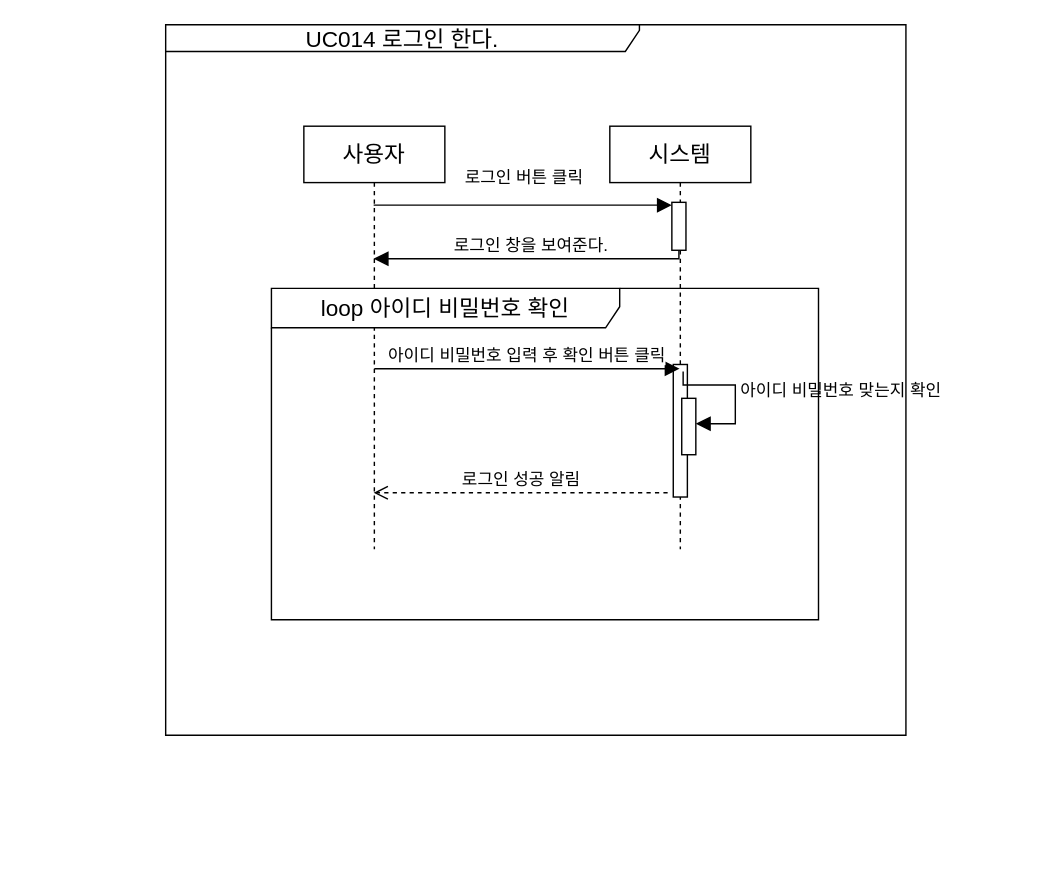
Before: docs/설계명세서/images/seq_diag/uc014.drawio in parkchamchi/SoftwareEngineering2023, a draw.io diagram. Source tidied: cells renumbered, new cells numbered last; positions are measured from the earlier drawing's top-left corner, leaving out a move shared by most shapes. Both pictures are drawn from the tidied source at 141%, with x=0, y=0 at pixel (165, 24).
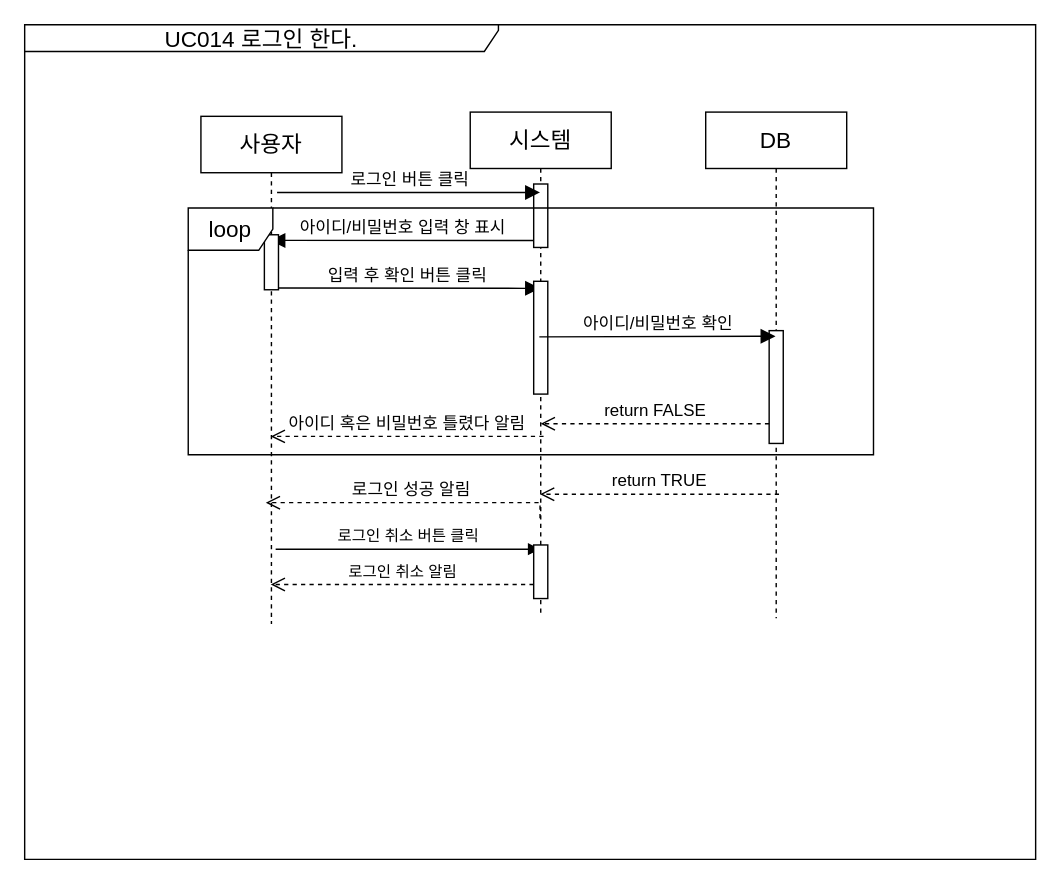
The same page after the edit.

Change to the diagram source:
```diff
@@
     <mxCell id="2" value="사용자" style="shape=umlLifeline;perimeter=lifelinePerimeter;whiteSpace=wrap;html=1;outlineConnect=0;portConstraint=eastwest;newEdgeStyle={&quot;edgeStyle&quot;:&quot;elbowEdgeStyle&quot;,&quot;elbow&quot;:&quot;vertical&quot;,&quot;curved&quot;:0,&quot;rounded&quot;:0};fontSize=16;" parent="1" vertex="1">
-      <mxGeometry x="98" y="72" width="100" height="300" as="geometry" />
+      <mxGeometry x="25" y="65" width="100" height="360" as="geometry" />
     </mxCell>
     <mxCell id="3" value="시스템" style="shape=umlLifeline;perimeter=lifelinePerimeter;whiteSpace=wrap;html=1;outlineConnect=0;portConstraint=eastwest;newEdgeStyle={&quot;edgeStyle&quot;:&quot;elbowEdgeStyle&quot;,&quot;elbow&quot;:&quot;vertical&quot;,&quot;curved&quot;:0,&quot;rounded&quot;:0};fontSize=16;" parent="1" vertex="1">
-      <mxGeometry x="315" y="72" width="100" height="300" as="geometry" />
+      <mxGeometry x="216" y="62" width="100" height="357" as="geometry" />
     </mxCell>
-    <mxCell id="4" style="html=1;points=[];perimeter=orthogonalPerimeter;outlineConnect=0;targetShapes=umlLifeline;portConstraint=eastwest;newEdgeStyle={&quot;edgeStyle&quot;:&quot;elbowEdgeStyle&quot;,&quot;elbow&quot;:&quot;vertical&quot;,&quot;curved&quot;:0,&quot;rounded&quot;:0};fontSize=16;" parent="3" vertex="1">
-      <mxGeometry x="44" y="54" width="10" height="34" as="geometry" />
-    </mxCell>
-    <mxCell id="5" style="html=1;perimeter=orthogonalPerimeter;targetShapes=umlLifeline;newEdgeStyle={&quot;edgeStyle&quot;:&quot;elbowEdgeStyle&quot;,&quot;elbow&quot;:&quot;vertical&quot;,&quot;curved&quot;:0,&quot;rounded&quot;:0};fontSize=16;" parent="3" vertex="1">
-      <mxGeometry x="45" y="169" width="10" height="94" as="geometry" />
-    </mxCell>
-    <mxCell id="6" style="html=1;perimeter=orthogonalPerimeter;targetShapes=umlLifeline;newEdgeStyle={&quot;edgeStyle&quot;:&quot;elbowEdgeStyle&quot;,&quot;elbow&quot;:&quot;vertical&quot;,&quot;curved&quot;:0,&quot;rounded&quot;:0};fontSize=16;" parent="3" vertex="1">
-      <mxGeometry x="51" y="193" width="10" height="40" as="geometry" />
-    </mxCell>
-    <mxCell id="7" value="아이디 비밀번호 맞는지 확인" style="html=1;align=left;spacingLeft=2;endArrow=block;rounded=0;edgeStyle=orthogonalEdgeStyle;curved=0;rounded=0;fontSize=12;startSize=8;endSize=8;" parent="3" edge="1">
-      <mxGeometry relative="1" as="geometry">
-        <mxPoint x="52" y="174" as="sourcePoint" />
-        <mxPoint x="61" y="211" as="targetPoint" />
-        <Array as="points">
-          <mxPoint x="89" y="183.5" />
-        </Array>
-      </mxGeometry>
-    </mxCell>
+    <mxCell id="13" value="UC014 로그인 한다." style="shape=umlFrame;whiteSpace=wrap;html=1;fontSize=16;width=336;height=19;" parent="1" vertex="1">
+      <mxGeometry x="-100" width="717" height="592" as="geometry" />
+    </mxCell>
+    <mxCell id="14" value="DB" style="shape=umlLifeline;perimeter=lifelinePerimeter;whiteSpace=wrap;html=1;outlineConnect=0;portConstraint=eastwest;newEdgeStyle={&quot;edgeStyle&quot;:&quot;elbowEdgeStyle&quot;,&quot;elbow&quot;:&quot;vertical&quot;,&quot;curved&quot;:0,&quot;rounded&quot;:0};fontSize=16;" parent="1" vertex="1">
+      <mxGeometry x="383" y="62" width="100" height="359" as="geometry" />
+    </mxCell>
+    <mxCell id="15" style="html=1;points=[];perimeter=orthogonalPerimeter;outlineConnect=0;targetShapes=umlLifeline;portConstraint=eastwest;newEdgeStyle={&quot;edgeStyle&quot;:&quot;elbowEdgeStyle&quot;,&quot;elbow&quot;:&quot;vertical&quot;,&quot;curved&quot;:0,&quot;rounded&quot;:0};fontSize=16;" parent="14" vertex="1">
+      <mxGeometry x="45" y="155" width="10" height="80" as="geometry" />
+    </mxCell>
+    <mxCell id="16" style="html=1;perimeter=orthogonalPerimeter;targetShapes=umlLifeline;newEdgeStyle={&quot;edgeStyle&quot;:&quot;elbowEdgeStyle&quot;,&quot;elbow&quot;:&quot;vertical&quot;,&quot;curved&quot;:0,&quot;rounded&quot;:0};fontSize=16;" parent="1" vertex="1">
+      <mxGeometry x="261" y="113" width="10" height="45" as="geometry" />
+    </mxCell>
-    <mxCell id="8" value="로그인 버튼 클릭" style="html=1;verticalAlign=bottom;endArrow=block;edgeStyle=elbowEdgeStyle;elbow=vertical;curved=0;rounded=0;fontSize=12;startSize=8;endSize=8;" parent="1" edge="1">
-      <mxGeometry y="10" relative="1" as="geometry">
-        <mxPoint x="147.5" y="128" as="sourcePoint" />
-        <mxPoint x="359" y="128" as="targetPoint" />
+    <mxCell id="8" value="로그인 버튼 클릭" style="html=1;verticalAlign=bottom;endArrow=block;edgeStyle=elbowEdgeStyle;elbow=vertical;curved=0;rounded=0;fontSize=12;startSize=8;endSize=8;exitX=0.54;exitY=0.4;exitDx=0;exitDy=0;exitPerimeter=0;" parent="1" edge="1">
+      <mxGeometry relative="1" as="geometry">
+        <mxPoint x="79" y="119" as="sourcePoint" />
+        <mxPoint x="265.5" y="118.5" as="targetPoint" />
       </mxGeometry>
     </mxCell>
-    <mxCell id="9" value="로그인 창을 보여준다." style="html=1;verticalAlign=bottom;endArrow=block;edgeStyle=elbowEdgeStyle;elbow=vertical;curved=0;rounded=0;fontSize=12;startSize=8;endSize=8;" parent="1" edge="1" source="4" target="2">
-      <mxGeometry relative="1" as="geometry">
-        <Array as="points">
-          <mxPoint x="315" y="166" />
-        </Array>
-      </mxGeometry>
-    </mxCell>
-    <mxCell id="10" value="아이디 비밀번호 입력 후 확인 버튼 클릭" style="html=1;verticalAlign=bottom;endArrow=block;edgeStyle=elbowEdgeStyle;elbow=vertical;curved=0;rounded=0;fontSize=12;startSize=8;endSize=8;" parent="1" edge="1">
-      <mxGeometry relative="1" as="geometry">
-        <mxPoint x="148" y="244" as="sourcePoint" />
-        <mxPoint x="364.5" y="244" as="targetPoint" />
-      </mxGeometry>
-    </mxCell>
-    <mxCell id="11" value="loop 아이디 비밀번호 확인" style="shape=umlFrame;whiteSpace=wrap;html=1;fontSize=16;width=247;height=28;" parent="1" vertex="1">
-      <mxGeometry x="75" y="187" width="388" height="235" as="geometry" />
-    </mxCell>
+    <mxCell id="17" value="아이디/비밀번호 입력 창 표시" style="html=1;verticalAlign=bottom;endArrow=block;edgeStyle=elbowEdgeStyle;elbow=vertical;curved=0;rounded=0;fontSize=12;startSize=8;endSize=8;" parent="1" edge="1">
+      <mxGeometry relative="1" as="geometry">
+        <mxPoint x="261" y="153.1" as="sourcePoint" />
+        <mxPoint x="74.3" y="153.1" as="targetPoint" />
+      </mxGeometry>
+    </mxCell>
+    <mxCell id="18" style="html=1;perimeter=orthogonalPerimeter;targetShapes=umlLifeline;newEdgeStyle={&quot;edgeStyle&quot;:&quot;elbowEdgeStyle&quot;,&quot;elbow&quot;:&quot;vertical&quot;,&quot;curved&quot;:0,&quot;rounded&quot;:0};fontSize=16;" parent="1" vertex="1">
+      <mxGeometry x="70" y="149" width="10" height="39" as="geometry" />
+    </mxCell>
+    <mxCell id="19" value="입력 후 확인 버튼 클릭&amp;nbsp;" style="html=1;verticalAlign=bottom;endArrow=block;edgeStyle=elbowEdgeStyle;elbow=vertical;curved=0;rounded=0;fontSize=12;startSize=8;endSize=8;" parent="1" edge="1" target="3">
+      <mxGeometry relative="1" as="geometry">
+        <mxPoint x="80" y="186.8" as="sourcePoint" />
+      </mxGeometry>
+    </mxCell>
+    <mxCell id="20" style="html=1;perimeter=orthogonalPerimeter;targetShapes=umlLifeline;newEdgeStyle={&quot;edgeStyle&quot;:&quot;elbowEdgeStyle&quot;,&quot;elbow&quot;:&quot;vertical&quot;,&quot;curved&quot;:0,&quot;rounded&quot;:0};fontSize=16;" parent="1" vertex="1">
+      <mxGeometry x="261" y="182" width="10" height="80" as="geometry" />
+    </mxCell>
+    <mxCell id="21" value="아이디/비밀번호 확인" style="html=1;verticalAlign=bottom;endArrow=block;edgeStyle=elbowEdgeStyle;elbow=vertical;curved=0;rounded=0;fontSize=12;startSize=8;endSize=8;" parent="1" edge="1" target="14">
+      <mxGeometry relative="1" as="geometry">
+        <mxPoint x="265" y="221.4" as="sourcePoint" />
+      </mxGeometry>
+    </mxCell>
+    <mxCell id="22" value="return TRUE" style="html=1;verticalAlign=bottom;endArrow=open;dashed=1;endSize=8;edgeStyle=elbowEdgeStyle;elbow=vertical;curved=0;rounded=0;fontSize=12;" parent="1" edge="1" target="3">
+      <mxGeometry relative="1" as="geometry">
+        <mxPoint x="435" y="333" as="sourcePoint" />
+      </mxGeometry>
+    </mxCell>
+    <mxCell id="23" value="loop" style="shape=umlFrame;whiteSpace=wrap;html=1;fontSize=16;" parent="1" vertex="1">
+      <mxGeometry x="16" y="130" width="486" height="175" as="geometry" />
+    </mxCell>
+    <mxCell id="24" value="return FALSE" style="html=1;verticalAlign=bottom;endArrow=open;dashed=1;endSize=8;edgeStyle=elbowEdgeStyle;elbow=vertical;curved=0;rounded=0;fontSize=12;" parent="1" edge="1" source="15">
+      <mxGeometry relative="1" as="geometry">
+        <mxPoint x="266" y="283" as="targetPoint" />
+        <Array as="points">
+          <mxPoint x="432" y="283" />
+        </Array>
+      </mxGeometry>
+    </mxCell>
-    <mxCell id="12" value="로그인 성공 알림" style="html=1;verticalAlign=bottom;endArrow=open;dashed=1;endSize=8;edgeStyle=elbowEdgeStyle;elbow=vertical;curved=0;rounded=0;fontSize=12;" parent="1" edge="1" target="2">
+    <mxCell id="12" value="로그인 성공 알림" style="html=1;verticalAlign=bottom;endArrow=open;dashed=1;endSize=8;edgeStyle=elbowEdgeStyle;elbow=vertical;curved=0;rounded=0;fontSize=12;" parent="1" edge="1">
       <mxGeometry relative="1" as="geometry">
-        <mxPoint x="356" y="332" as="sourcePoint" />
+        <mxPoint x="265.5" y="350" as="sourcePoint" />
+        <mxPoint x="71" y="339" as="targetPoint" />
+        <Array as="points">
+          <mxPoint x="181" y="339" />
+        </Array>
       </mxGeometry>
     </mxCell>
-    <mxCell id="13" value="UC014 로그인 한다." style="shape=umlFrame;whiteSpace=wrap;html=1;fontSize=16;width=336;height=19;" parent="1" vertex="1">
-      <mxGeometry width="525" height="504" as="geometry" />
-    </mxCell>
+    <mxCell id="25" value="아이디 혹은 비밀번호 틀렸다 알림" style="html=1;verticalAlign=bottom;endArrow=open;dashed=1;endSize=8;edgeStyle=elbowEdgeStyle;elbow=vertical;curved=0;rounded=0;fontSize=12;" parent="1" edge="1" target="2">
+      <mxGeometry relative="1" as="geometry">
+        <mxPoint x="268" y="292" as="sourcePoint" />
+      </mxGeometry>
+    </mxCell>
+    <mxCell id="26" value="로그인 취소 버튼 클릭" style="html=1;verticalAlign=bottom;endArrow=block;edgeStyle=elbowEdgeStyle;elbow=vertical;curved=0;rounded=0;" parent="1" edge="1" target="3">
+      <mxGeometry relative="1" as="geometry">
+        <mxPoint x="78" y="372" as="sourcePoint" />
+        <Array as="points">
+          <mxPoint x="86" y="372" />
+        </Array>
+      </mxGeometry>
+    </mxCell>
+    <mxCell id="27" style="html=1;points=[];perimeter=orthogonalPerimeter;outlineConnect=0;targetShapes=umlLifeline;portConstraint=eastwest;newEdgeStyle={&quot;edgeStyle&quot;:&quot;elbowEdgeStyle&quot;,&quot;elbow&quot;:&quot;vertical&quot;,&quot;curved&quot;:0,&quot;rounded&quot;:0};" parent="1" vertex="1">
+      <mxGeometry x="261" y="369" width="10" height="38" as="geometry" />
+    </mxCell>
+    <mxCell id="28" value="로그인 취소 알림" style="html=1;verticalAlign=bottom;endArrow=open;dashed=1;endSize=8;edgeStyle=elbowEdgeStyle;elbow=vertical;curved=0;rounded=0;" parent="1" edge="1" source="27" target="2">
+      <mxGeometry relative="1" as="geometry">
+        <Array as="points">
+          <mxPoint x="246" y="397" />
+        </Array>
+      </mxGeometry>
+    </mxCell>
```
